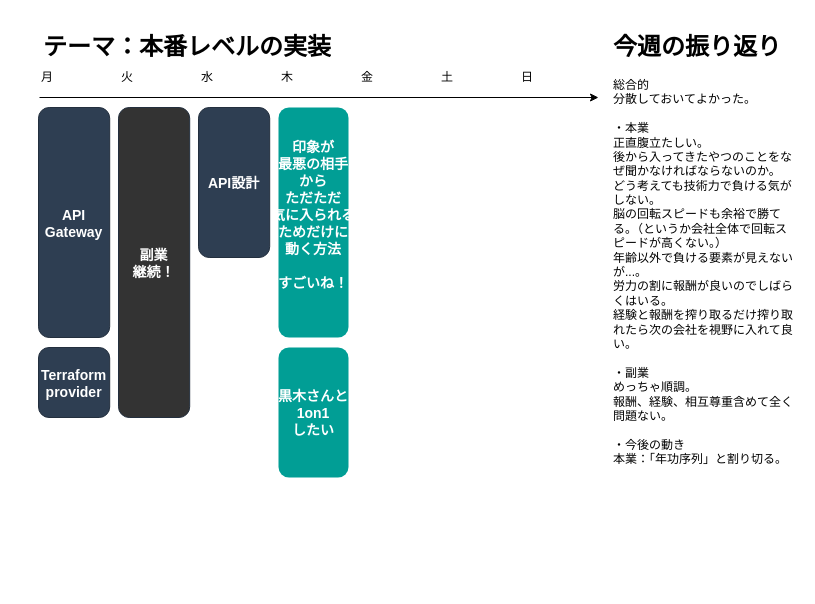
Before: page "20240729" (3 of 3) of life/life_202408.drawio in minegishirei/draw_v1, a draw.io diagram. Source tidied: cells renumbered, new cells numbered last; positions are measured from the earlier drawing's top-left corner, leaving out a move shared by most shapes. Both pictures are drawn from the tidied source at 100%, with x=0, y=0 at pixel (17, 27).
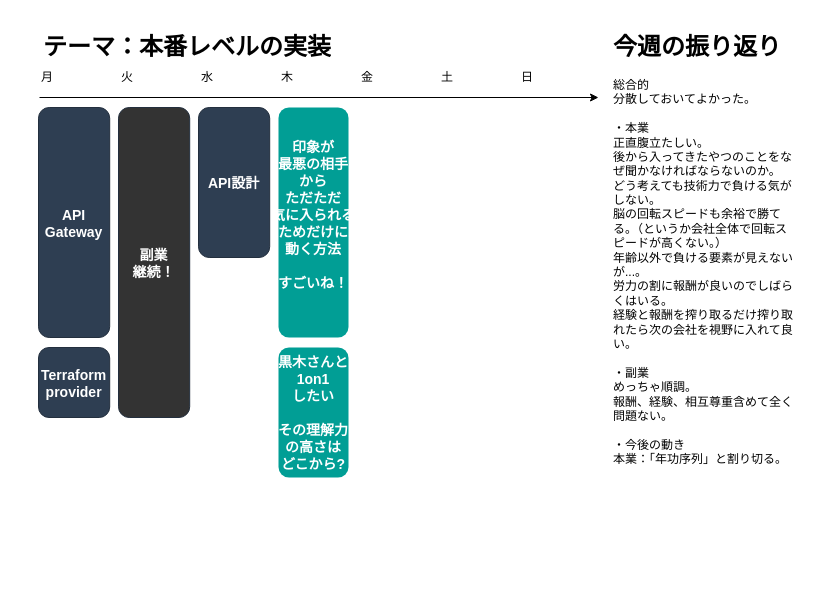
The same page after the edit.

Commit message:
life_202408.drawio を更新します

The edit, as a diff of the source:
```diff
@@
 <mxGraphModel>
   <root>
     <mxCell id="0" />
     <mxCell id="1" parent="0" />
     <mxCell id="2" value="火" style="text;html=1;strokeColor=none;fillColor=none;align=center;verticalAlign=middle;whiteSpace=wrap;rounded=0;shadow=0;" parent="1" vertex="1">
       <mxGeometry x="80" y="35" width="60" height="30" as="geometry" />
     </mxCell>
     <mxCell id="3" value="水" style="text;html=1;strokeColor=none;fillColor=none;align=center;verticalAlign=middle;whiteSpace=wrap;rounded=0;shadow=0;" parent="1" vertex="1">
       <mxGeometry x="160" y="35" width="60" height="30" as="geometry" />
     </mxCell>
     <mxCell id="4" value="木" style="text;html=1;strokeColor=none;fillColor=none;align=center;verticalAlign=middle;whiteSpace=wrap;rounded=0;shadow=0;" parent="1" vertex="1">
       <mxGeometry x="240" y="35" width="60" height="30" as="geometry" />
     </mxCell>
     <mxCell id="5" value="金" style="text;html=1;strokeColor=none;fillColor=none;align=center;verticalAlign=middle;whiteSpace=wrap;rounded=0;shadow=0;" parent="1" vertex="1">
       <mxGeometry x="320" y="35" width="60" height="30" as="geometry" />
     </mxCell>
     <mxCell id="6" value="土" style="text;html=1;strokeColor=none;fillColor=none;align=center;verticalAlign=middle;whiteSpace=wrap;rounded=0;shadow=0;" parent="1" vertex="1">
       <mxGeometry x="400" y="35" width="60" height="30" as="geometry" />
     </mxCell>
     <mxCell id="7" value="日" style="text;html=1;strokeColor=none;fillColor=none;align=center;verticalAlign=middle;whiteSpace=wrap;rounded=0;shadow=0;" parent="1" vertex="1">
       <mxGeometry x="480" y="35" width="60" height="30" as="geometry" />
     </mxCell>
     <mxCell id="8" value="月" style="text;html=1;strokeColor=none;fillColor=none;align=center;verticalAlign=middle;whiteSpace=wrap;rounded=0;shadow=0;" parent="1" vertex="1">
       <mxGeometry y="35" width="60" height="30" as="geometry" />
     </mxCell>
     <mxCell id="9" value="&lt;h1&gt;テーマ：本番レベルの実装&lt;/h1&gt;" style="text;html=1;strokeColor=none;fillColor=none;spacing=5;spacingTop=-20;whiteSpace=wrap;overflow=hidden;rounded=0;shadow=0;" parent="1" vertex="1">
       <mxGeometry x="21" width="480" height="40" as="geometry" />
     </mxCell>
     <mxCell id="10" style="endArrow=classic;html=1;rounded=0;shadow=0;" parent="1" edge="1">
       <mxGeometry relative="1" as="geometry">
         <mxPoint x="22" y="70" as="sourcePoint" />
         <mxPoint x="581" y="70" as="targetPoint" />
       </mxGeometry>
     </mxCell>
     <mxCell id="11" value="&lt;h1&gt;&lt;/h1&gt;&lt;h1 style=&quot;border-color: var(--border-color);&quot;&gt;今週の振り返り&lt;/h1&gt;&lt;div&gt;総合的&lt;/div&gt;&lt;div&gt;分散しておいてよかった。&lt;/div&gt;&lt;div&gt;&lt;br&gt;&lt;/div&gt;&lt;div&gt;・本業&lt;/div&gt;&lt;div&gt;正直腹立たしい。&lt;/div&gt;&lt;div&gt;後から入ってきたやつのことをなぜ聞かなければならないのか。&lt;/div&gt;&lt;div&gt;どう考えても技術力で負ける気がしない。&lt;/div&gt;&lt;div&gt;脳の回転スピードも余裕で勝てる。（というか会社全体で回転ス&lt;span style=&quot;background-color: initial;&quot;&gt;ピードが高くない。）&lt;/span&gt;&lt;/div&gt;&lt;div&gt;&lt;span style=&quot;background-color: initial;&quot;&gt;年齢以外で負ける要素が見えないが...。&lt;/span&gt;&lt;/div&gt;&lt;div&gt;労力の割に報酬が良いのでしばらくはいる。&lt;/div&gt;&lt;div&gt;経験と報酬を搾り取るだけ搾り取れたら次の会社を視野に入れて良い。&lt;/div&gt;&lt;div&gt;&lt;br&gt;&lt;/div&gt;&lt;div&gt;・副業&lt;/div&gt;&lt;div&gt;めっちゃ順調。&lt;/div&gt;&lt;div&gt;報酬、経験、相互尊重含めて全く問題ない。&lt;/div&gt;&lt;div&gt;&lt;br&gt;&lt;/div&gt;&lt;div&gt;・今後の動き&lt;/div&gt;&lt;div&gt;本業：「年功序列」と割り切る。&lt;/div&gt;&lt;div&gt;&lt;br&gt;&lt;/div&gt;&lt;div&gt;&lt;br&gt;&lt;/div&gt;" style="text;html=1;strokeColor=none;fillColor=none;spacing=5;spacingTop=-20;whiteSpace=wrap;overflow=hidden;rounded=0;shadow=0;" parent="1" vertex="1">
       <mxGeometry x="591" width="190" height="560" as="geometry" />
     </mxCell>
     <mxCell id="12" value="API&#10;Gateway" style="rounded=1;fillColor=#2E3E52;strokeColor=#232F3E;shadow=0;gradientColor=none;fontStyle=1;fontColor=#FFFFFF;fontSize=14;" parent="1" vertex="1">
       <mxGeometry x="21" y="80" width="71.2" height="230" as="geometry" />
     </mxCell>
     <mxCell id="13" value="Terraform&#10;provider" style="rounded=1;fillColor=#2E3E52;strokeColor=#232F3E;shadow=0;gradientColor=none;fontStyle=1;fontColor=#FFFFFF;fontSize=14;" parent="1" vertex="1">
       <mxGeometry x="21" y="320" width="71.2" height="70" as="geometry" />
     </mxCell>
     <mxCell id="14" value="副業&#10;継続！" style="rounded=1;fillColor=#333333;strokeColor=#232F3E;shadow=0;gradientColor=none;fontStyle=1;fontColor=#FFFFFF;fontSize=14;" parent="1" vertex="1">
       <mxGeometry x="101" y="80" width="71.2" height="310" as="geometry" />
     </mxCell>
     <mxCell id="15" value="API設計" style="rounded=1;fillColor=#2E3E52;strokeColor=#232F3E;shadow=0;gradientColor=none;fontStyle=1;fontColor=#FFFFFF;fontSize=14;" parent="1" vertex="1">
       <mxGeometry x="181" y="80" width="71.2" height="150" as="geometry" />
     </mxCell>
     <mxCell id="16" value="印象が&#10;最悪の相手&#10;から&#10;ただただ&#10;気に入られる&#10;ためだけに&#10;動く方法&#10;&#10;すごいね！&#10;" style="rounded=1;fillColor=#019E95;strokeColor=none;shadow=0;gradientColor=none;fontStyle=1;fontColor=#FFFFFF;fontSize=14;" parent="1" vertex="1">
       <mxGeometry x="261" y="80" width="70" height="230" as="geometry" />
     </mxCell>
-    <mxCell id="17" value="黒木さんと&#10;1on1&#10;したい" style="rounded=1;fillColor=#019E95;strokeColor=none;shadow=0;gradientColor=none;fontStyle=1;fontColor=#FFFFFF;fontSize=14;" parent="1" vertex="1">
+    <mxCell id="17" value="黒木さんと&#10;1on1&#10;したい&#10;&#10;その理解力&#10;の高さは&#10;どこから?" style="rounded=1;fillColor=#019E95;strokeColor=none;shadow=0;gradientColor=none;fontStyle=1;fontColor=#FFFFFF;fontSize=14;" parent="1" vertex="1">
       <mxGeometry x="261" y="320" width="70" height="130" as="geometry" />
     </mxCell>
   </root>
 </mxGraphModel>
```
